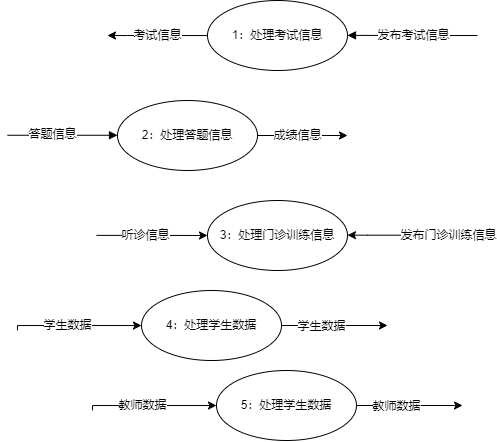
Before: 第2层数据流图.drawio.png, a diagram exported from draw.io (JackeyTower/pic-work). Source tidied: cells renumbered, new cells last; positions are measured from the earlier drawing's top-left corner, leaving out a move shared by most shapes. Source of this version:
```xml
<mxGraphModel>
  <root>
    <mxCell id="0" />
    <mxCell id="1" parent="0" />
    <mxCell id="2" style="edgeStyle=orthogonalEdgeStyle;rounded=0;jettySize=auto;html=1;" parent="1" edge="1" source="4">
      <mxGeometry relative="1" as="geometry">
        <mxPoint x="100" y="35" as="targetPoint" />
        <Array as="points">
          <mxPoint x="120" y="35" />
          <mxPoint x="120" y="35" />
        </Array>
      </mxGeometry>
    </mxCell>
    <mxCell id="3" value="考试信息" style="edgeLabel;html=1;align=center;verticalAlign=middle;" parent="2" vertex="1">
      <mxGeometry x="-0.17" y="-1" relative="1" as="geometry">
        <mxPoint x="-9" y="1" as="offset" />
      </mxGeometry>
    </mxCell>
    <mxCell id="4" value="1：处理考试信息" style="ellipse;whiteSpace=wrap;html=1;" parent="1" vertex="1">
      <mxGeometry x="200" width="140" height="70" as="geometry" />
    </mxCell>
    <mxCell id="5" style="endArrow=block;endFill=1;html=1;edgeStyle=orthogonalEdgeStyle;align=left;verticalAlign=top;rounded=0;entryX=1;entryY=0.5;entryDx=0;entryDy=0;" parent="1" edge="1">
      <mxGeometry x="-1" relative="1" as="geometry">
        <mxPoint x="470" y="35" as="sourcePoint" />
        <mxPoint x="340" y="34.9" as="targetPoint" />
        <Array as="points">
          <mxPoint x="430" y="34.9" />
        </Array>
      </mxGeometry>
    </mxCell>
    <mxCell id="6" value="发布考试信息" style="edgeLabel;html=1;align=center;verticalAlign=middle;" parent="5" vertex="1">
      <mxGeometry x="0.2" y="-1" relative="1" as="geometry">
        <mxPoint x="14" y="1" as="offset" />
      </mxGeometry>
    </mxCell>
    <mxCell id="7" style="edgeStyle=orthogonalEdgeStyle;rounded=0;jettySize=auto;html=1;" parent="1" edge="1" source="9">
      <mxGeometry relative="1" as="geometry">
        <mxPoint x="340" y="135" as="targetPoint" />
      </mxGeometry>
    </mxCell>
    <mxCell id="8" value="成绩信息" style="edgeLabel;html=1;align=center;verticalAlign=middle;" parent="7" vertex="1">
      <mxGeometry x="-0.26" y="1" relative="1" as="geometry">
        <mxPoint x="7" y="1" as="offset" />
      </mxGeometry>
    </mxCell>
    <mxCell id="9" value="2：处理答题信息" style="ellipse;whiteSpace=wrap;html=1;" parent="1" vertex="1">
      <mxGeometry x="110" y="100" width="140" height="70" as="geometry" />
    </mxCell>
    <mxCell id="10" style="endArrow=block;endFill=1;html=1;edgeStyle=orthogonalEdgeStyle;align=left;verticalAlign=top;rounded=0;" parent="1" edge="1">
      <mxGeometry x="-1" relative="1" as="geometry">
        <mxPoint y="134.8" as="sourcePoint" />
        <mxPoint x="110" y="134.8" as="targetPoint" />
      </mxGeometry>
    </mxCell>
    <mxCell id="11" value="答题信息" style="edgeLabel;html=1;align=center;verticalAlign=middle;" parent="10" vertex="1">
      <mxGeometry x="-0.19" y="1" relative="1" as="geometry" />
    </mxCell>
    <mxCell id="12" value="3：处理门诊训练信息" style="ellipse;whiteSpace=wrap;html=1;" parent="1" vertex="1">
      <mxGeometry x="200" y="200" width="140" height="70" as="geometry" />
    </mxCell>
    <mxCell id="13" style="edgeStyle=orthogonalEdgeStyle;rounded=0;orthogonalLoop=1;jettySize=auto;html=1;" parent="1" edge="1">
      <mxGeometry relative="1" as="geometry">
        <mxPoint x="440" y="234.7" as="sourcePoint" />
        <mxPoint x="340" y="234.7" as="targetPoint" />
        <Array as="points">
          <mxPoint x="360" y="234.7" />
          <mxPoint x="360" y="234.7" />
        </Array>
      </mxGeometry>
    </mxCell>
    <mxCell id="14" value="发布门诊训练信息" style="edgeLabel;html=1;align=center;verticalAlign=middle;" parent="13" vertex="1">
      <mxGeometry x="-0.17" y="-1" relative="1" as="geometry">
        <mxPoint x="42" y="1" as="offset" />
      </mxGeometry>
    </mxCell>
    <mxCell id="15" style="edgeStyle=orthogonalEdgeStyle;rounded=0;jettySize=auto;html=1;entryX=0;entryY=0.5;entryDx=0;entryDy=0;" parent="1" edge="1" target="12">
      <mxGeometry relative="1" as="geometry">
        <mxPoint x="89" y="234.9" as="sourcePoint" />
      </mxGeometry>
    </mxCell>
    <mxCell id="16" value="听诊信息" style="edgeLabel;html=1;align=center;verticalAlign=middle;" parent="15" vertex="1">
      <mxGeometry x="-0.26" y="1" relative="1" as="geometry">
        <mxPoint x="7" y="1" as="offset" />
      </mxGeometry>
    </mxCell>
    <mxCell id="17" style="edgeStyle=orthogonalEdgeStyle;rounded=0;jettySize=auto;html=1;" parent="1" edge="1" source="19">
      <mxGeometry relative="1" as="geometry">
        <mxPoint x="380" y="325" as="targetPoint" />
      </mxGeometry>
    </mxCell>
    <mxCell id="18" value="学生数据" style="edgeLabel;html=1;align=center;verticalAlign=middle;" parent="17" vertex="1">
      <mxGeometry x="-0.25" y="-1" relative="1" as="geometry" />
    </mxCell>
    <mxCell id="19" value="4：处理学生数据" style="ellipse;whiteSpace=wrap;html=1;" parent="1" vertex="1">
      <mxGeometry x="134" y="290" width="140" height="70" as="geometry" />
    </mxCell>
    <mxCell id="20" style="edgeStyle=orthogonalEdgeStyle;rounded=0;jettySize=auto;html=1;" parent="1" edge="1" target="19">
      <mxGeometry relative="1" as="geometry">
        <mxPoint x="10" y="329.8" as="sourcePoint" />
        <Array as="points">
          <mxPoint x="10" y="325" />
        </Array>
      </mxGeometry>
    </mxCell>
    <mxCell id="21" value="学生数据" style="edgeLabel;html=1;align=center;verticalAlign=middle;" parent="20" vertex="1">
      <mxGeometry x="-0.26" y="1" relative="1" as="geometry">
        <mxPoint x="7" y="1" as="offset" />
      </mxGeometry>
    </mxCell>
    <mxCell id="22" style="edgeStyle=orthogonalEdgeStyle;rounded=0;jettySize=auto;html=1;" parent="1" edge="1" source="24">
      <mxGeometry relative="1" as="geometry">
        <mxPoint x="455" y="405" as="targetPoint" />
      </mxGeometry>
    </mxCell>
    <mxCell id="23" value="教师数据" style="edgeLabel;html=1;align=center;verticalAlign=middle;" parent="22" vertex="1">
      <mxGeometry x="-0.25" y="-1" relative="1" as="geometry" />
    </mxCell>
    <mxCell id="24" value="5：处理学生数据" style="ellipse;whiteSpace=wrap;html=1;" parent="1" vertex="1">
      <mxGeometry x="209" y="370" width="140" height="70" as="geometry" />
    </mxCell>
    <mxCell id="25" style="edgeStyle=orthogonalEdgeStyle;rounded=0;jettySize=auto;html=1;" parent="1" edge="1" target="24">
      <mxGeometry relative="1" as="geometry">
        <mxPoint x="85" y="409.8" as="sourcePoint" />
        <Array as="points">
          <mxPoint x="85" y="405" />
        </Array>
      </mxGeometry>
    </mxCell>
    <mxCell id="26" value="教师数据" style="edgeLabel;html=1;align=center;verticalAlign=middle;" parent="25" vertex="1">
      <mxGeometry x="-0.26" y="1" relative="1" as="geometry">
        <mxPoint x="7" y="1" as="offset" />
      </mxGeometry>
    </mxCell>
  </root>
</mxGraphModel>
```
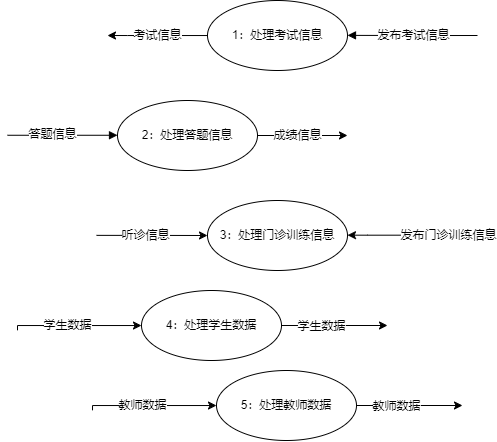
After the change.

Commit message:
更新第2层数据流图.drawio.png

Change to the diagram source:
```diff
@@ -115,7 +115,7 @@
     <mxCell id="23" value="教师数据" style="edgeLabel;html=1;align=center;verticalAlign=middle;" parent="22" vertex="1">
       <mxGeometry x="-0.25" y="-1" relative="1" as="geometry" />
     </mxCell>
-    <mxCell id="24" value="5：处理学生数据" style="ellipse;whiteSpace=wrap;html=1;" parent="1" vertex="1">
+    <mxCell id="24" value="5：处理教师数据" style="ellipse;whiteSpace=wrap;html=1;" parent="1" vertex="1">
       <mxGeometry x="209" y="370" width="140" height="70" as="geometry" />
     </mxCell>
     <mxCell id="25" style="edgeStyle=orthogonalEdgeStyle;rounded=0;jettySize=auto;html=1;" parent="1" edge="1" target="24">
```
